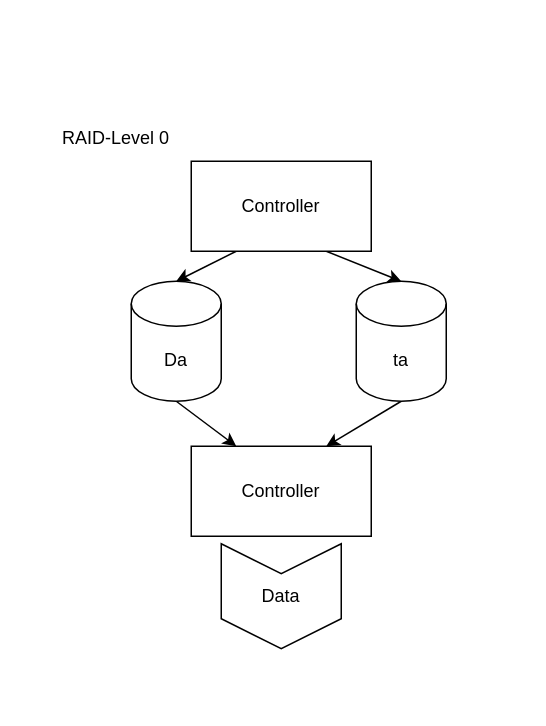
The draw.io diagram data/entries/images/RaidLevel0.drawio in Semoxea/semoxea.github.io, before the edit. Source tidied: cells renumbered, new cells numbered last; positions are measured from the earlier drawing's top-left corner, leaving out a move shared by most shapes. Both pictures are drawn from the tidied source at 150%, with x=0, y=0 at pixel (26, 100).
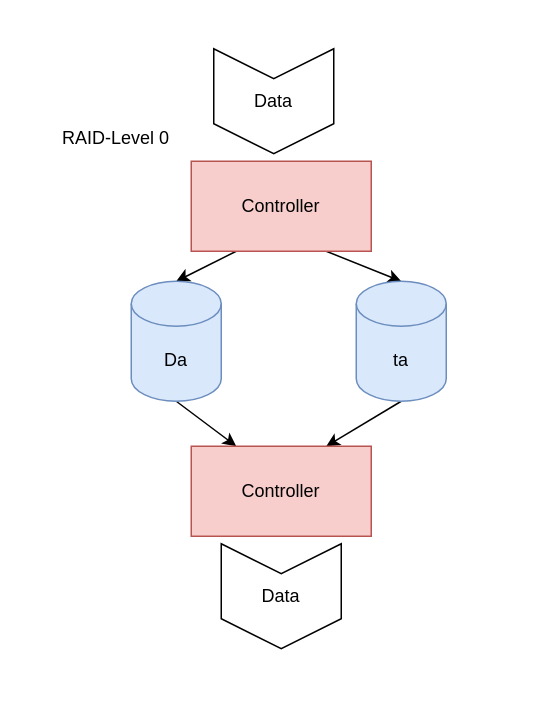
Above is the later version.

Commit message (it also covers changes not shown here):
raid level 3

What changed in the source:
```diff
@@
 <mxGraphModel>
   <root>
     <mxCell id="0" />
     <mxCell id="1" parent="0" />
     <mxCell id="2" style="rounded=0;whiteSpace=wrap;html=1;strokeColor=none;" parent="1" vertex="1">
-      <mxGeometry width="330" height="400" as="geometry" />
+      <mxGeometry y="-50" width="330" height="450" as="geometry" />
     </mxCell>
     <mxCell id="3" style="edgeStyle=none;html=1;exitX=0.25;exitY=1;exitDx=0;exitDy=0;entryX=0.5;entryY=0;entryDx=0;entryDy=0;entryPerimeter=0;" parent="1" edge="1" source="5" target="8">
       <mxGeometry relative="1" as="geometry" />
     </mxCell>
     <mxCell id="4" style="edgeStyle=none;html=1;exitX=0.75;exitY=1;exitDx=0;exitDy=0;entryX=0.5;entryY=0;entryDx=0;entryDy=0;entryPerimeter=0;" parent="1" edge="1" source="5" target="10">
       <mxGeometry relative="1" as="geometry" />
     </mxCell>
-    <mxCell id="5" value="Controller" style="rounded=0;whiteSpace=wrap;html=1;" parent="1" vertex="1">
+    <mxCell id="5" value="Controller" style="rounded=0;whiteSpace=wrap;html=1;fillColor=#f8cecc;strokeColor=#b85450;" parent="1" vertex="1">
       <mxGeometry x="110" y="40" width="120" height="60" as="geometry" />
     </mxCell>
     <mxCell id="6" value="RAID-Level 0" style="text;html=1;strokeColor=none;fillColor=none;align=center;verticalAlign=middle;whiteSpace=wrap;rounded=0;" parent="1" vertex="1">
       <mxGeometry x="20" y="10" width="80" height="30" as="geometry" />
     </mxCell>
     <mxCell id="7" style="edgeStyle=none;html=1;exitX=0.5;exitY=1;exitDx=0;exitDy=0;exitPerimeter=0;entryX=0.25;entryY=0;entryDx=0;entryDy=0;" parent="1" edge="1" source="8" target="11">
       <mxGeometry relative="1" as="geometry" />
     </mxCell>
-    <mxCell id="8" value="Da" style="shape=cylinder3;whiteSpace=wrap;html=1;boundedLbl=1;backgroundOutline=1;size=15;" parent="1" vertex="1">
+    <mxCell id="8" value="Da" style="shape=cylinder3;whiteSpace=wrap;html=1;boundedLbl=1;backgroundOutline=1;size=15;fillColor=#dae8fc;strokeColor=#6c8ebf;" parent="1" vertex="1">
       <mxGeometry x="70" y="120" width="60" height="80" as="geometry" />
     </mxCell>
     <mxCell id="9" style="edgeStyle=none;html=1;exitX=0.5;exitY=1;exitDx=0;exitDy=0;exitPerimeter=0;entryX=0.75;entryY=0;entryDx=0;entryDy=0;" parent="1" edge="1" source="10" target="11">
       <mxGeometry relative="1" as="geometry" />
     </mxCell>
-    <mxCell id="10" value="ta" style="shape=cylinder3;whiteSpace=wrap;html=1;boundedLbl=1;backgroundOutline=1;size=15;" parent="1" vertex="1">
+    <mxCell id="10" value="ta" style="shape=cylinder3;whiteSpace=wrap;html=1;boundedLbl=1;backgroundOutline=1;size=15;fillColor=#dae8fc;strokeColor=#6c8ebf;" parent="1" vertex="1">
       <mxGeometry x="220" y="120" width="60" height="80" as="geometry" />
     </mxCell>
-    <mxCell id="11" value="Controller" style="rounded=0;whiteSpace=wrap;html=1;" parent="1" vertex="1">
+    <mxCell id="11" value="Controller" style="rounded=0;whiteSpace=wrap;html=1;fillColor=#f8cecc;strokeColor=#b85450;" parent="1" vertex="1">
       <mxGeometry x="110" y="230" width="120" height="60" as="geometry" />
     </mxCell>
     <mxCell id="12" style="shape=step;perimeter=stepPerimeter;whiteSpace=wrap;html=1;fixedSize=1;rotation=90;" parent="1" vertex="1">
       <mxGeometry x="135" y="290" width="70" height="80" as="geometry" />
     </mxCell>
     <mxCell id="13" value="Data" style="text;html=1;strokeColor=none;fillColor=none;align=center;verticalAlign=middle;whiteSpace=wrap;rounded=0;" parent="1" vertex="1">
       <mxGeometry x="140" y="315" width="60" height="30" as="geometry" />
     </mxCell>
+    <mxCell id="14" style="shape=step;perimeter=stepPerimeter;whiteSpace=wrap;html=1;fixedSize=1;rotation=90;" parent="1" vertex="1">
+      <mxGeometry x="130" y="-40" width="70" height="80" as="geometry" />
+    </mxCell>
+    <mxCell id="15" value="Data" style="text;html=1;strokeColor=none;fillColor=none;align=center;verticalAlign=middle;whiteSpace=wrap;rounded=0;" parent="1" vertex="1">
+      <mxGeometry x="135" y="-15" width="60" height="30" as="geometry" />
+    </mxCell>
   </root>
 </mxGraphModel>
```
